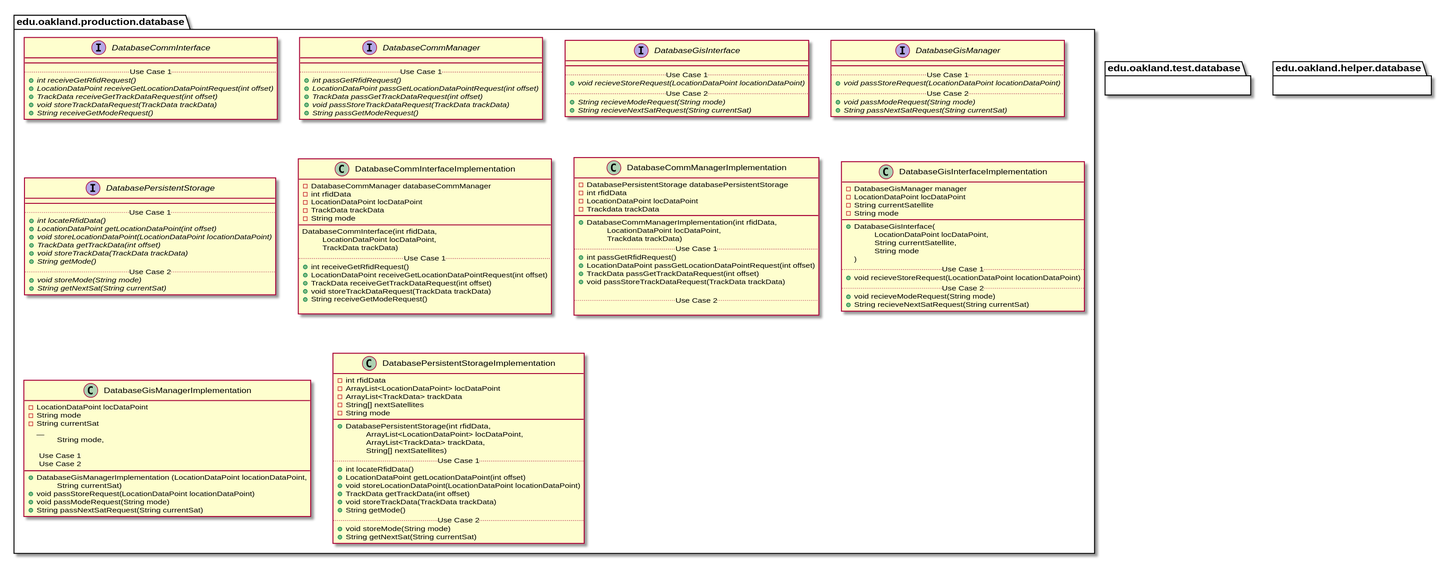
This is docs/uml-class-diagrams/database/DatabasePackages.svg from andrewdimmer/csi-3370-software-project, a PlantUML export, as it was before one commit.
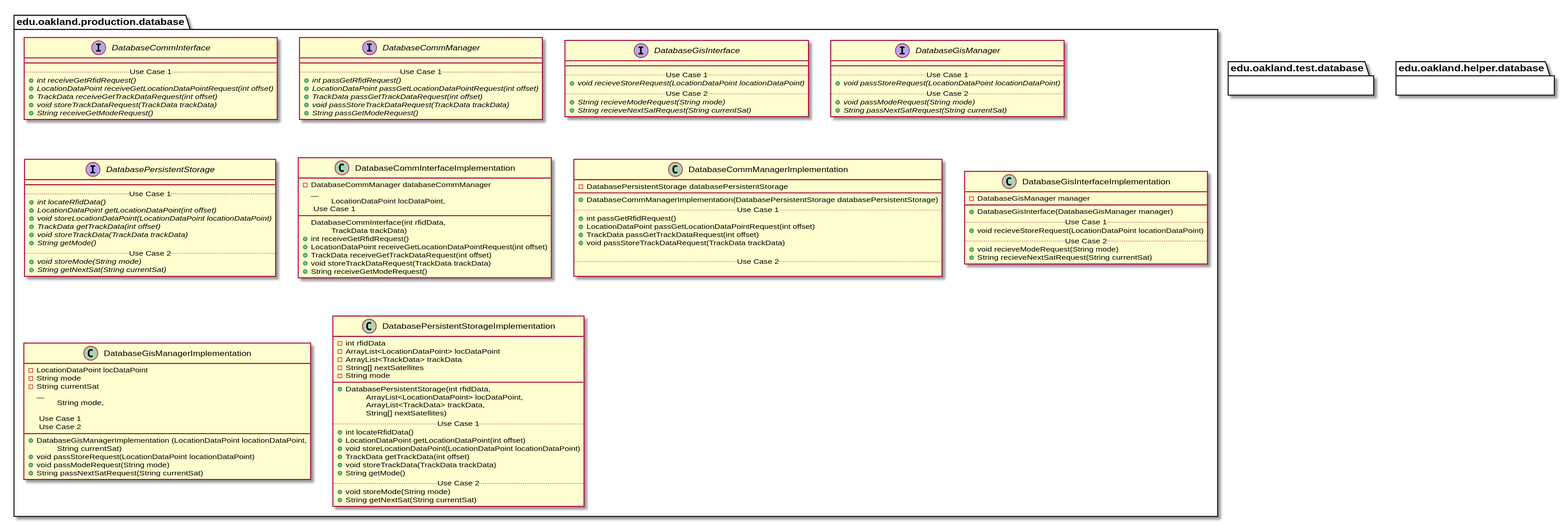
The same file after the commit.

The edit, as a diff of the source:
```diff
@@ -75,11 +75,7 @@
 
 package edu.oakland.production.database {
     class DatabaseCommInterfaceImplementation {
-        - DatabaseCommManager databaseCommManager
-    	- int rfidData
-    	- LocationDataPoint locDataPoint
-    	- TrackData trackData
-    	- String mode
+      - DatabaseCommManager databaseCommManager
         __
         DatabaseCommInterface(int rfidData,
         \tLocationDataPoint locDataPoint,
@@ -90,7 +86,6 @@
         + TrackData receiveGetTrackDataRequest(int offset)
         + void storeTrackDataRequest(TrackData trackData)
         + String receiveGetModeRequest()
-
     }
 }
 
@@ -98,13 +93,8 @@
 package edu.oakland.production.database {
     class DatabaseCommManagerImplementation {
         - DatabasePersistentStorage databasePersistentStorage
-        - int rfidData
-        - LocationDataPoint locDataPoint
-        - Trackdata trackData
         __
-        + DatabaseCommManagerImplementation(int rfidData,
-         \tLocationDataPoint locDataPoint,
-         \tTrackdata trackData)
+        + DatabaseCommManagerImplementation(DatabasePersistentStorage databasePersistentStorage)
         .. Use Case 1 ..
         + int passGetRfidRequest()
         + LocationDataPoint passGetLocationDataPointRequest(int offset)
@@ -120,15 +110,8 @@
 package edu.oakland.production.database {
     class DatabaseGisInterfaceImplementation {
         - DatabaseGisManager manager
-        - LocationDataPoint locDataPoint
-        - String currentSatellite
-        - String mode
         __
-        + DatabaseGisInterface(
-        \tLocationDataPoint locDataPoint,
-        \tString currentSatellite,
-        \tString mode
-        )
+        + DatabaseGisInterface(DatabaseGisManager manager)
         .. Use Case 1 ..
         + void recieveStoreRequest(LocationDataPoint locationDataPoint)
         .. Use Case 2 ..
```
